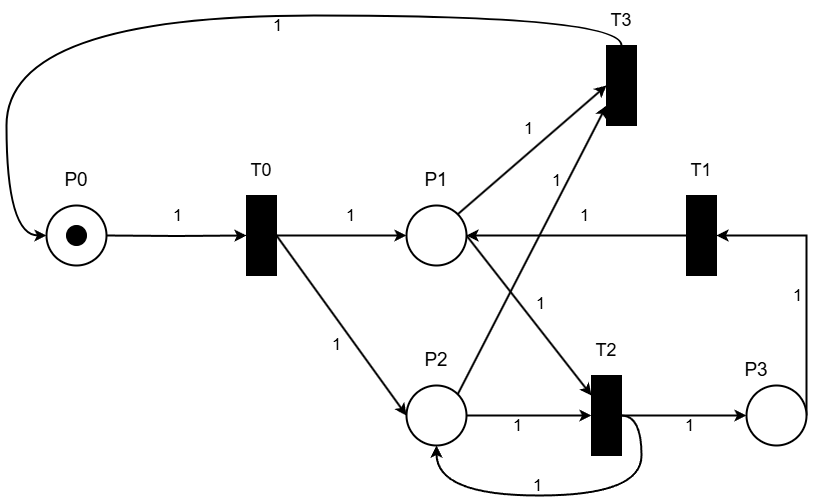
Above: doc/Petri_reactive.png in nicolo09/assignment-02 (draw.io), before the change. Source tidied: cells renumbered, new cells last; positions are measured from the earlier drawing's top-left corner, leaving out a move shared by most shapes. Source of this version:
```xml
<mxGraphModel>
  <root>
    <mxCell id="0" />
    <mxCell id="1" parent="0" />
    <mxCell id="2" style="edgeStyle=orthogonalEdgeStyle;rounded=0;jettySize=auto;html=1;exitX=1;exitY=0.5;exitDx=0;exitDy=0;entryX=0;entryY=0.5;entryDx=0;entryDy=0;strokeWidth=2;" parent="1" edge="1" target="8">
      <mxGeometry relative="1" as="geometry">
        <mxPoint x="100" y="230" as="sourcePoint" />
      </mxGeometry>
    </mxCell>
    <mxCell id="3" value="1" style="edgeLabel;html=1;align=center;verticalAlign=middle;fontSize=17;labelBackgroundColor=none;" parent="2" vertex="1">
      <mxGeometry y="2" relative="1" as="geometry">
        <mxPoint y="-18" as="offset" />
      </mxGeometry>
    </mxCell>
    <mxCell id="4" style="ellipse;whiteSpace=wrap;html=1;strokeWidth=2;" parent="1" vertex="1">
      <mxGeometry x="40" y="200" width="60" height="60" as="geometry" />
    </mxCell>
    <mxCell id="5" style="edgeStyle=orthogonalEdgeStyle;rounded=0;jettySize=auto;html=1;strokeWidth=2;" parent="1" edge="1" source="8" target="11">
      <mxGeometry relative="1" as="geometry" />
    </mxCell>
    <mxCell id="6" value="1" style="edgeLabel;html=1;align=center;verticalAlign=middle;fontSize=17;labelBackgroundColor=none;" parent="5" vertex="1">
      <mxGeometry x="0.12" y="-1" relative="1" as="geometry">
        <mxPoint y="-21" as="offset" />
      </mxGeometry>
    </mxCell>
    <mxCell id="7" value="1" style="rounded=0;jettySize=auto;html=1;exitX=1;exitY=0.5;exitDx=0;exitDy=0;entryX=0;entryY=0.5;entryDx=0;entryDy=0;fontSize=17;labelBackgroundColor=none;strokeWidth=2;" parent="1" edge="1" source="8" target="14">
      <mxGeometry x="0.12" y="-16" relative="1" as="geometry" />
    </mxCell>
    <mxCell id="8" style="rounded=0;whiteSpace=wrap;html=1;fillColor=#000000;" parent="1" vertex="1">
      <mxGeometry x="240" y="190" width="30" height="80" as="geometry" />
    </mxCell>
    <mxCell id="9" style="rounded=0;jettySize=auto;html=1;entryX=0;entryY=0.25;entryDx=0;entryDy=0;exitX=1;exitY=0.5;exitDx=0;exitDy=0;strokeWidth=2;" parent="1" edge="1" source="11" target="19">
      <mxGeometry relative="1" as="geometry" />
    </mxCell>
    <mxCell id="10" value="1" style="edgeLabel;html=1;align=center;verticalAlign=middle;labelBackgroundColor=none;fontSize=17;" parent="9" vertex="1">
      <mxGeometry x="-0.02" y="3" relative="1" as="geometry">
        <mxPoint x="10" y="-8" as="offset" />
      </mxGeometry>
    </mxCell>
    <mxCell id="11" style="ellipse;whiteSpace=wrap;html=1;strokeWidth=2;" parent="1" vertex="1">
      <mxGeometry x="400" y="200" width="60" height="60" as="geometry" />
    </mxCell>
    <mxCell id="12" style="edgeStyle=orthogonalEdgeStyle;rounded=0;jettySize=auto;html=1;exitX=1;exitY=0.5;exitDx=0;exitDy=0;entryX=0;entryY=0.5;entryDx=0;entryDy=0;strokeWidth=2;" parent="1" edge="1" source="14" target="19">
      <mxGeometry relative="1" as="geometry" />
    </mxCell>
    <mxCell id="13" value="1" style="edgeLabel;html=1;align=center;verticalAlign=middle;fontSize=17;labelBackgroundColor=none;" parent="12" vertex="1">
      <mxGeometry x="0.07" y="-4" relative="1" as="geometry">
        <mxPoint x="-17" y="6" as="offset" />
      </mxGeometry>
    </mxCell>
    <mxCell id="14" style="ellipse;whiteSpace=wrap;html=1;strokeWidth=2;" parent="1" vertex="1">
      <mxGeometry x="400" y="380" width="60" height="60" as="geometry" />
    </mxCell>
    <mxCell id="15" style="edgeStyle=orthogonalEdgeStyle;rounded=0;jettySize=auto;html=1;exitX=1;exitY=0.5;exitDx=0;exitDy=0;entryX=0;entryY=0.5;entryDx=0;entryDy=0;strokeWidth=2;" parent="1" edge="1" source="19" target="22">
      <mxGeometry relative="1" as="geometry" />
    </mxCell>
    <mxCell id="16" value="1" style="edgeLabel;html=1;align=center;verticalAlign=middle;fontSize=17;labelBackgroundColor=none;" parent="15" vertex="1">
      <mxGeometry x="0.07" y="-2" relative="1" as="geometry">
        <mxPoint y="8" as="offset" />
      </mxGeometry>
    </mxCell>
    <mxCell id="17" style="edgeStyle=orthogonalEdgeStyle;rounded=0;jettySize=auto;html=1;exitX=1;exitY=0.5;exitDx=0;exitDy=0;entryX=0.5;entryY=1;entryDx=0;entryDy=0;curved=1;strokeWidth=2;" parent="1" edge="1" source="19" target="14">
      <mxGeometry relative="1" as="geometry">
        <Array as="points">
          <mxPoint x="635" y="410" />
          <mxPoint x="635" y="490" />
          <mxPoint x="430" y="490" />
        </Array>
      </mxGeometry>
    </mxCell>
    <mxCell id="18" value="1" style="edgeLabel;html=1;align=center;verticalAlign=middle;fontSize=17;labelBackgroundColor=none;" parent="17" vertex="1">
      <mxGeometry x="-0.08" y="4" relative="1" as="geometry">
        <mxPoint x="-42" y="-14" as="offset" />
      </mxGeometry>
    </mxCell>
    <mxCell id="19" style="rounded=0;whiteSpace=wrap;html=1;fillColor=#000000;" parent="1" vertex="1">
      <mxGeometry x="585" y="370" width="30" height="80" as="geometry" />
    </mxCell>
    <mxCell id="20" style="rounded=0;jettySize=auto;html=1;exitX=1;exitY=0.5;exitDx=0;exitDy=0;entryX=1;entryY=0.5;entryDx=0;entryDy=0;strokeWidth=2;" parent="1" edge="1" source="22" target="25">
      <mxGeometry relative="1" as="geometry">
        <Array as="points">
          <mxPoint x="800" y="230" />
        </Array>
      </mxGeometry>
    </mxCell>
    <mxCell id="21" value="1" style="edgeLabel;html=1;align=center;verticalAlign=middle;fontSize=17;labelBackgroundColor=none;" parent="20" vertex="1">
      <mxGeometry x="-0.17" y="-5" relative="1" as="geometry">
        <mxPoint x="-15" y="-8" as="offset" />
      </mxGeometry>
    </mxCell>
    <mxCell id="22" style="ellipse;whiteSpace=wrap;html=1;strokeWidth=2;" parent="1" vertex="1">
      <mxGeometry x="740" y="380" width="60" height="60" as="geometry" />
    </mxCell>
    <mxCell id="23" style="edgeStyle=orthogonalEdgeStyle;rounded=0;jettySize=auto;html=1;entryX=1;entryY=0.5;entryDx=0;entryDy=0;strokeWidth=2;" parent="1" edge="1" source="25" target="11">
      <mxGeometry relative="1" as="geometry" />
    </mxCell>
    <mxCell id="24" value="1" style="edgeLabel;html=1;align=center;verticalAlign=middle;fontSize=17;labelBackgroundColor=none;" parent="23" vertex="1">
      <mxGeometry x="0.11" y="-3" relative="1" as="geometry">
        <mxPoint x="20" y="-17" as="offset" />
      </mxGeometry>
    </mxCell>
    <mxCell id="25" style="rounded=0;whiteSpace=wrap;html=1;fillColor=#000000;" parent="1" vertex="1">
      <mxGeometry x="680" y="190" width="30" height="80" as="geometry" />
    </mxCell>
    <mxCell id="26" style="ellipse;whiteSpace=wrap;html=1;fillColor=#000000;" parent="1" vertex="1">
      <mxGeometry x="60" y="220" width="20" height="20" as="geometry" />
    </mxCell>
    <mxCell id="27" value="P0" style="text;html=1;align=center;verticalAlign=middle;whiteSpace=wrap;rounded=0;fontSize=19;" parent="1" vertex="1">
      <mxGeometry x="40" y="160" width="60" height="30" as="geometry" />
    </mxCell>
    <mxCell id="28" value="P1" style="text;html=1;align=center;verticalAlign=middle;whiteSpace=wrap;rounded=0;fontSize=19;" parent="1" vertex="1">
      <mxGeometry x="400" y="160" width="60" height="30" as="geometry" />
    </mxCell>
    <mxCell id="29" value="P2" style="text;html=1;align=center;verticalAlign=middle;whiteSpace=wrap;rounded=0;fontSize=19;" parent="1" vertex="1">
      <mxGeometry x="400" y="340" width="60" height="30" as="geometry" />
    </mxCell>
    <mxCell id="30" value="P3" style="text;html=1;align=center;verticalAlign=middle;whiteSpace=wrap;rounded=0;fontSize=19;" parent="1" vertex="1">
      <mxGeometry x="720" y="350" width="60" height="30" as="geometry" />
    </mxCell>
    <mxCell id="31" value="T0" style="text;html=1;align=center;verticalAlign=middle;whiteSpace=wrap;rounded=0;fontSize=18;" parent="1" vertex="1">
      <mxGeometry x="225" y="150" width="60" height="30" as="geometry" />
    </mxCell>
    <mxCell id="32" value="T2" style="text;html=1;align=center;verticalAlign=middle;whiteSpace=wrap;rounded=0;fontSize=18;" parent="1" vertex="1">
      <mxGeometry x="570" y="330" width="60" height="30" as="geometry" />
    </mxCell>
    <mxCell id="33" style="rounded=0;jettySize=auto;html=1;exitX=1;exitY=0;exitDx=0;exitDy=0;entryX=0;entryY=0.5;entryDx=0;entryDy=0;strokeWidth=2;" parent="1" edge="1" source="11" target="37">
      <mxGeometry relative="1" as="geometry" />
    </mxCell>
    <mxCell id="34" value="1" style="edgeLabel;html=1;align=center;verticalAlign=middle;labelBackgroundColor=none;fontSize=17;" parent="33" vertex="1">
      <mxGeometry x="-0.02" y="3" relative="1" as="geometry">
        <mxPoint x="-1" y="-20" as="offset" />
      </mxGeometry>
    </mxCell>
    <mxCell id="35" style="edgeStyle=orthogonalEdgeStyle;rounded=0;jettySize=auto;html=1;entryX=0;entryY=0.5;entryDx=0;entryDy=0;curved=1;strokeWidth=2;" parent="1" edge="1" source="37" target="4">
      <mxGeometry relative="1" as="geometry">
        <Array as="points">
          <mxPoint x="615" y="10" />
          <mxPoint y="10" />
          <mxPoint y="230" />
        </Array>
      </mxGeometry>
    </mxCell>
    <mxCell id="36" value="1" style="edgeLabel;html=1;align=center;verticalAlign=middle;fontSize=17;labelBackgroundColor=none;" parent="35" vertex="1">
      <mxGeometry x="-0.16" relative="1" as="geometry">
        <mxPoint x="3" y="10" as="offset" />
      </mxGeometry>
    </mxCell>
    <mxCell id="37" style="rounded=0;whiteSpace=wrap;html=1;fillColor=#000000;" parent="1" vertex="1">
      <mxGeometry x="600" y="40" width="30" height="80" as="geometry" />
    </mxCell>
    <mxCell id="38" value="T1" style="text;html=1;align=center;verticalAlign=middle;whiteSpace=wrap;rounded=0;fontSize=18;" parent="1" vertex="1">
      <mxGeometry x="665" y="150" width="60" height="30" as="geometry" />
    </mxCell>
    <mxCell id="39" value="T3" style="text;html=1;align=center;verticalAlign=middle;whiteSpace=wrap;rounded=0;fontSize=18;" parent="1" vertex="1">
      <mxGeometry x="585" width="60" height="30" as="geometry" />
    </mxCell>
    <mxCell id="40" style="rounded=0;jettySize=auto;html=1;exitX=1;exitY=0;exitDx=0;exitDy=0;entryX=0;entryY=0.75;entryDx=0;entryDy=0;strokeWidth=2;" parent="1" edge="1" source="14" target="37">
      <mxGeometry relative="1" as="geometry" />
    </mxCell>
    <mxCell id="41" value="1" style="edgeLabel;html=1;align=center;verticalAlign=middle;labelBackgroundColor=none;fontSize=17;" parent="40" vertex="1">
      <mxGeometry x="-0.02" y="3" relative="1" as="geometry">
        <mxPoint x="28" y="-70" as="offset" />
      </mxGeometry>
    </mxCell>
  </root>
</mxGraphModel>
```
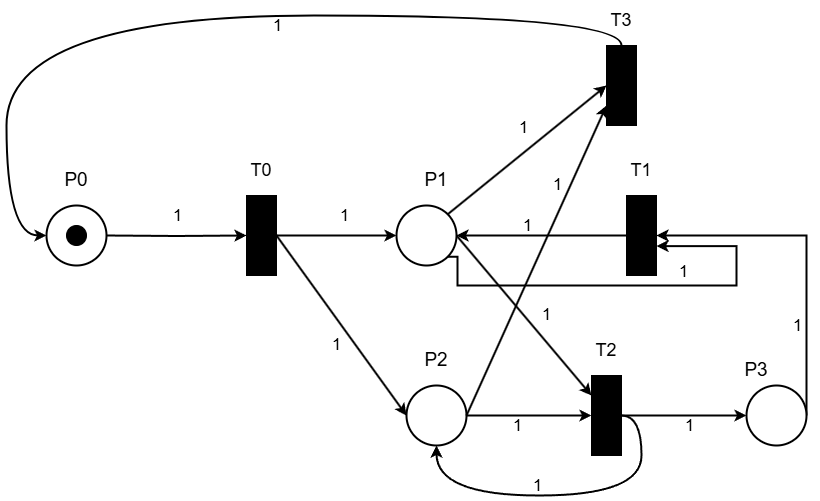
The same file after the commit.

Commit message:
Fixed missing link in petri net

Diff of the diagram source:
```diff
@@ -34,11 +34,11 @@
     </mxCell>
     <mxCell id="10" value="1" style="edgeLabel;html=1;align=center;verticalAlign=middle;labelBackgroundColor=none;fontSize=17;" parent="9" vertex="1">
       <mxGeometry x="-0.02" y="3" relative="1" as="geometry">
-        <mxPoint x="10" y="-8" as="offset" />
+        <mxPoint x="21" y="3" as="offset" />
       </mxGeometry>
     </mxCell>
     <mxCell id="11" style="ellipse;whiteSpace=wrap;html=1;strokeWidth=2;" parent="1" vertex="1">
-      <mxGeometry x="400" y="200" width="60" height="60" as="geometry" />
+      <mxGeometry x="390" y="200" width="60" height="60" as="geometry" />
     </mxCell>
     <mxCell id="12" style="edgeStyle=orthogonalEdgeStyle;rounded=0;jettySize=auto;html=1;exitX=1;exitY=0.5;exitDx=0;exitDy=0;entryX=0;entryY=0.5;entryDx=0;entryDy=0;strokeWidth=2;" parent="1" edge="1" source="14" target="19">
       <mxGeometry relative="1" as="geometry" />
@@ -85,7 +85,7 @@
     </mxCell>
     <mxCell id="21" value="1" style="edgeLabel;html=1;align=center;verticalAlign=middle;fontSize=17;labelBackgroundColor=none;" parent="20" vertex="1">
       <mxGeometry x="-0.17" y="-5" relative="1" as="geometry">
-        <mxPoint x="-15" y="-8" as="offset" />
+        <mxPoint x="-15" y="47" as="offset" />
       </mxGeometry>
     </mxCell>
     <mxCell id="22" style="ellipse;whiteSpace=wrap;html=1;strokeWidth=2;" parent="1" vertex="1">
@@ -96,11 +96,11 @@
     </mxCell>
     <mxCell id="24" value="1" style="edgeLabel;html=1;align=center;verticalAlign=middle;fontSize=17;labelBackgroundColor=none;" parent="23" vertex="1">
       <mxGeometry x="0.11" y="-3" relative="1" as="geometry">
-        <mxPoint x="20" y="-17" as="offset" />
+        <mxPoint x="-5" y="-7" as="offset" />
       </mxGeometry>
     </mxCell>
     <mxCell id="25" style="rounded=0;whiteSpace=wrap;html=1;fillColor=#000000;" parent="1" vertex="1">
-      <mxGeometry x="680" y="190" width="30" height="80" as="geometry" />
+      <mxGeometry x="620" y="190" width="30" height="80" as="geometry" />
     </mxCell>
     <mxCell id="26" style="ellipse;whiteSpace=wrap;html=1;fillColor=#000000;" parent="1" vertex="1">
       <mxGeometry x="60" y="220" width="20" height="20" as="geometry" />
@@ -149,18 +149,32 @@
       <mxGeometry x="600" y="40" width="30" height="80" as="geometry" />
     </mxCell>
     <mxCell id="38" value="T1" style="text;html=1;align=center;verticalAlign=middle;whiteSpace=wrap;rounded=0;fontSize=18;" parent="1" vertex="1">
-      <mxGeometry x="665" y="150" width="60" height="30" as="geometry" />
+      <mxGeometry x="605" y="150" width="60" height="30" as="geometry" />
     </mxCell>
     <mxCell id="39" value="T3" style="text;html=1;align=center;verticalAlign=middle;whiteSpace=wrap;rounded=0;fontSize=18;" parent="1" vertex="1">
       <mxGeometry x="585" width="60" height="30" as="geometry" />
     </mxCell>
-    <mxCell id="40" style="rounded=0;jettySize=auto;html=1;exitX=1;exitY=0;exitDx=0;exitDy=0;entryX=0;entryY=0.75;entryDx=0;entryDy=0;strokeWidth=2;" parent="1" edge="1" source="14" target="37">
+    <mxCell id="40" style="rounded=0;jettySize=auto;html=1;exitX=1;exitY=0.5;exitDx=0;exitDy=0;entryX=0;entryY=0.75;entryDx=0;entryDy=0;strokeWidth=2;" parent="1" edge="1" source="14" target="37">
       <mxGeometry relative="1" as="geometry" />
     </mxCell>
     <mxCell id="41" value="1" style="edgeLabel;html=1;align=center;verticalAlign=middle;labelBackgroundColor=none;fontSize=17;" parent="40" vertex="1">
       <mxGeometry x="-0.02" y="3" relative="1" as="geometry">
-        <mxPoint x="28" y="-70" as="offset" />
+        <mxPoint x="24" y="-77" as="offset" />
       </mxGeometry>
     </mxCell>
+    <mxCell id="42" style="edgeStyle=orthogonalEdgeStyle;rounded=0;jettySize=auto;html=1;entryX=1;entryY=0.633;entryDx=0;entryDy=0;strokeWidth=2;entryPerimeter=0;exitX=1;exitY=1;exitDx=0;exitDy=0;" parent="1" edge="1" source="11" target="25">
+      <mxGeometry relative="1" as="geometry">
+        <Array as="points">
+          <mxPoint x="451" y="280" />
+          <mxPoint x="730" y="280" />
+          <mxPoint x="730" y="241" />
+        </Array>
+      </mxGeometry>
+    </mxCell>
+    <mxCell id="43" value="1" style="edgeLabel;html=1;align=center;verticalAlign=middle;fontSize=17;labelBackgroundColor=none;" parent="42" vertex="1">
+      <mxGeometry x="0.11" y="-3" relative="1" as="geometry">
+        <mxPoint x="20" y="-17" as="offset" />
+      </mxGeometry>
+    </mxCell>
   </root>
 </mxGraphModel>
```
